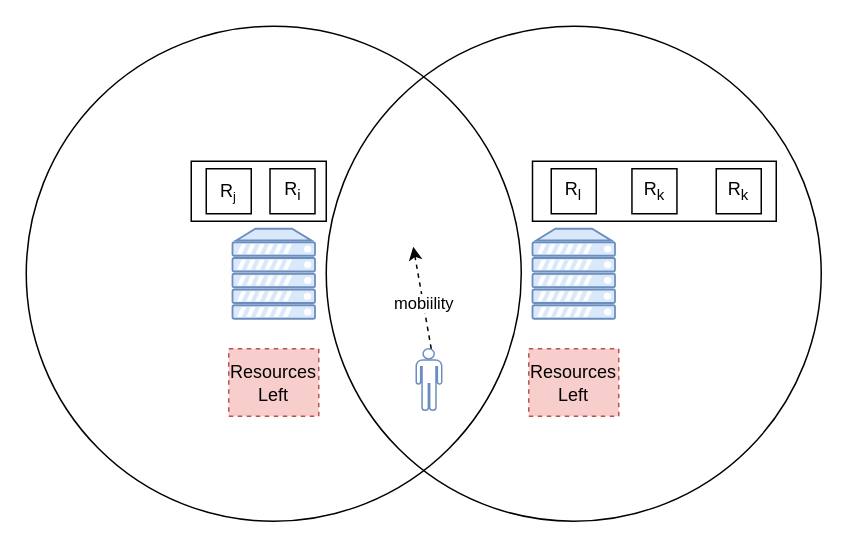
DCLe-DA/Learning-DL-by-Hand keeps this draw.io diagram as 5.drawio. Above is the earlier version. Source tidied: cells renumbered, new cells numbered last; positions are measured from the earlier drawing's top-left corner, leaving out a move shared by most shapes. Both pictures are drawn from the tidied source at 150%, with x=0, y=0 at pixel (26, 26).
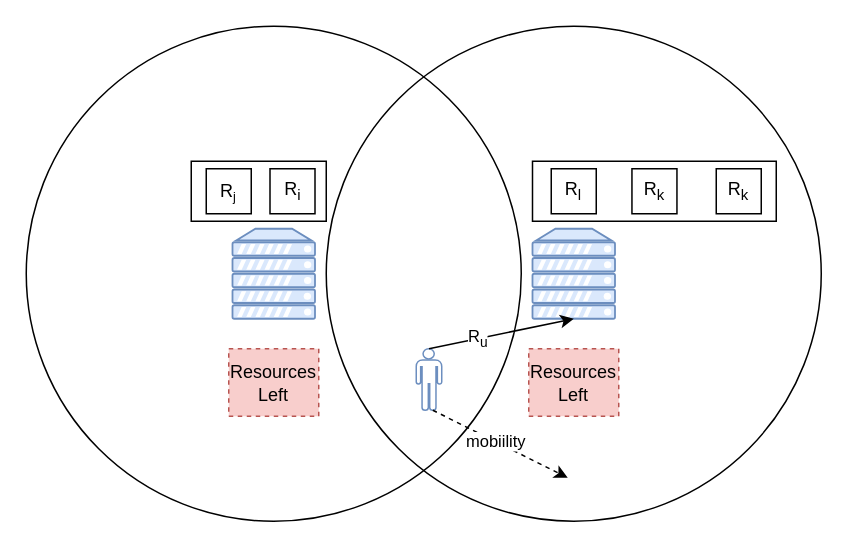
After the change.

Unchanged cells that the change refers to:
```xml
<mxCell id="5" style="verticalAlign=top;verticalLabelPosition=bottom;labelPosition=center;align=center;html=1;outlineConnect=0;fillColor=#dae8fc;strokeColor=#6c8ebf;gradientDirection=north;strokeWidth=2;shape=mxgraph.networks.server;" parent="1" vertex="1">
  <mxGeometry x="337.5" y="135" width="55" height="60" as="geometry" />
</mxCell>
<mxCell id="6" style="shape=mxgraph.signs.people.man_1;html=1;fillColor=none;strokeColor=#6c8ebf;verticalLabelPosition=bottom;verticalAlign=top;align=center;sketch=0;" parent="1" vertex="1">
  <mxGeometry x="260" y="215" width="17" height="41" as="geometry" />
</mxCell>
```

Change to the diagram source:
```diff
@@
-    <mxCell id="14" style="endArrow=classic;html=1;rounded=0;dashed=1;" parent="1" edge="1">
+    <mxCell id="14" style="endArrow=classic;html=1;rounded=0;dashed=1;exitX=0.65;exitY=1;exitDx=0;exitDy=0;exitPerimeter=0;" parent="1" edge="1" source="6">
       <mxGeometry relative="1" as="geometry">
-        <mxPoint x="270" y="215" as="sourcePoint" />
-        <mxPoint x="258" y="147" as="targetPoint" />
+        <mxPoint x="361" y="301" as="targetPoint" />
       </mxGeometry>
     </mxCell>
@@
+    <mxCell id="18" style="endArrow=classic;html=1;rounded=0;exitX=0.5;exitY=0;exitDx=0;exitDy=0;exitPerimeter=0;entryX=0.5;entryY=1;entryDx=0;entryDy=0;entryPerimeter=0;" parent="1" edge="1" source="6" target="5">
+      <mxGeometry relative="1" as="geometry" />
+    </mxCell>
+    <mxCell id="19" value="R&lt;sub&gt;u&lt;/sub&gt;" style="edgeLabel;html=1;align=center;verticalAlign=middle;" parent="18" vertex="1">
+      <mxGeometry x="-0.33" relative="1" as="geometry" />
+    </mxCell>
```
